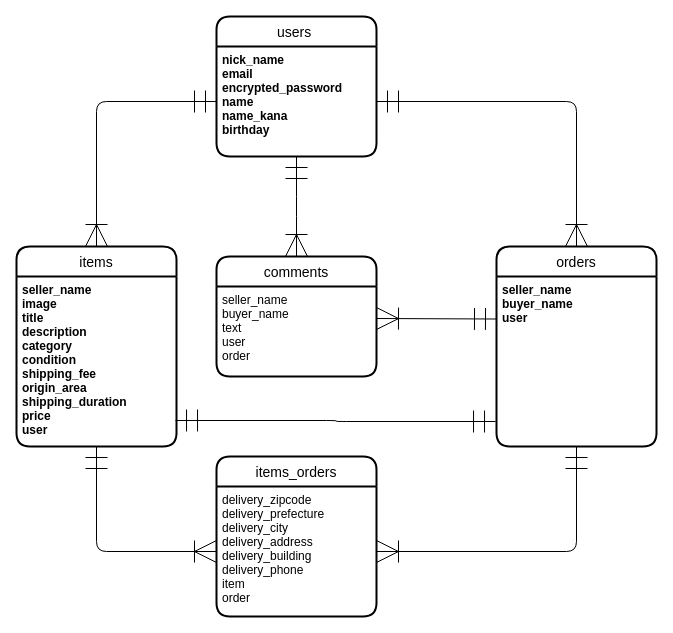
This is ER図.dio from masanaga225150/furima-.39448, a draw.io file, before an edit. Source tidied: cells renumbered, new cells numbered last; positions are measured from the earlier drawing's top-left corner, leaving out a move shared by most shapes. Both pictures are drawn from the tidied source at 100%, with x=0, y=0 at pixel (16, 16).
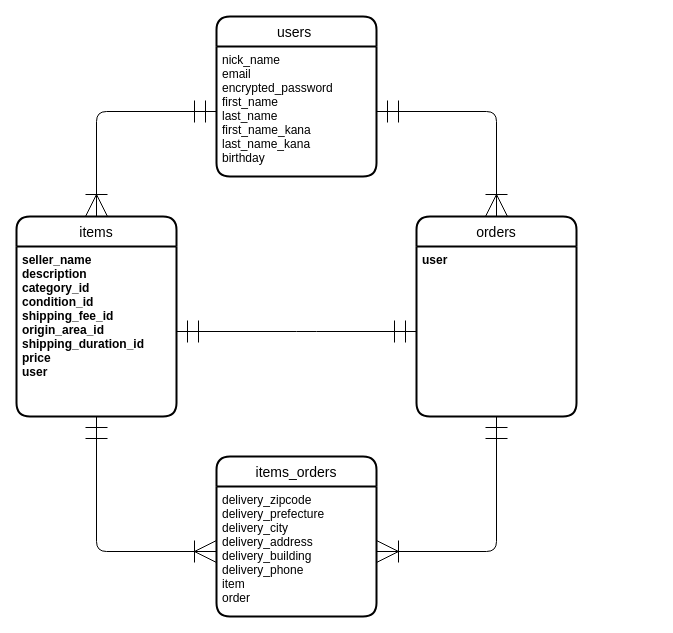
After the change.

The edit, as a diff of the source:
```diff
@@
     <mxCell id="2" value="users " style="swimlane;horizontal=1;startSize=30;rounded=1;fontSize=14;fontStyle=0;strokeWidth=2;shadow=0;dashed=0;align=center;" parent="1" vertex="1">
-      <mxGeometry x="200" width="160" height="140" as="geometry" />
+      <mxGeometry x="200" width="160" height="160" as="geometry" />
     </mxCell>
-    <mxCell id="3" value="nick_name&#10;email&#10;encrypted_password&#10;name&#10;name_kana&#10;birthday" style="align=left;strokeColor=none;fillColor=none;spacingLeft=4;fontSize=12;verticalAlign=top;fontStyle=1;" parent="2" vertex="1">
-      <mxGeometry y="30" width="160" height="110" as="geometry" />
+    <mxCell id="3" value="nick_name&#10;email&#10;encrypted_password&#10;first_name&#10;last_name&#10;first_name_kana&#10;last_name_kana&#10;birthday" style="align=left;strokeColor=none;fillColor=none;spacingLeft=4;fontSize=12;verticalAlign=top;fontStyle=0;" parent="2" vertex="1">
+      <mxGeometry y="30" width="160" height="130" as="geometry" />
     </mxCell>
     <mxCell id="4" value="items" style="swimlane;horizontal=1;startSize=30;rounded=1;fontSize=14;fontStyle=0;strokeWidth=2;shadow=0;dashed=0;align=center;" parent="1" vertex="1">
-      <mxGeometry y="230" width="160" height="200" as="geometry" />
+      <mxGeometry y="200" width="160" height="200" as="geometry" />
     </mxCell>
-    <mxCell id="5" value="seller_name&#10;image&#10;title&#10;description&#10;category&#10;condition&#10;shipping_fee&#10;origin_area&#10;shipping_duration&#10;price&#10;user" style="align=left;strokeColor=none;fillColor=none;spacingLeft=4;fontSize=12;verticalAlign=top;fontStyle=1;" parent="4" vertex="1">
+    <mxCell id="5" value="seller_name&#10;description&#10;category_id&#10;condition_id&#10;shipping_fee_id&#10;origin_area_id&#10;shipping_duration_id&#10;price&#10;user" style="align=left;strokeColor=none;fillColor=none;spacingLeft=4;fontSize=12;verticalAlign=top;fontStyle=1;" parent="4" vertex="1">
       <mxGeometry y="30" width="160" height="170" as="geometry" />
     </mxCell>
     <mxCell id="6" value="orders" style="swimlane;horizontal=1;startSize=30;rounded=1;fontSize=14;fontStyle=0;strokeWidth=2;shadow=0;dashed=0;align=center;" parent="1" vertex="1">
-      <mxGeometry x="480" y="230" width="160" height="200" as="geometry" />
+      <mxGeometry x="400" y="200" width="160" height="200" as="geometry" />
     </mxCell>
-    <mxCell id="7" value="seller_name&#10;buyer_name&#10;user&#10;" style="align=left;strokeColor=none;fillColor=none;spacingLeft=4;fontSize=12;verticalAlign=top;fontStyle=1;" parent="6" vertex="1">
+    <mxCell id="7" value="user&#10;" style="align=left;strokeColor=none;fillColor=none;spacingLeft=4;fontSize=12;verticalAlign=top;fontStyle=1;" parent="6" vertex="1">
       <mxGeometry y="30" width="160" height="170" as="geometry" />
     </mxCell>
@@
-    <mxCell id="14" value="comments" style="swimlane;horizontal=1;startSize=30;rounded=1;fontSize=14;fontStyle=0;strokeWidth=2;shadow=0;dashed=0;align=center;" parent="1" vertex="1">
-      <mxGeometry x="200" y="240" width="160" height="120" as="geometry" />
-    </mxCell>
-    <mxCell id="15" value="seller_name&#10;buyer_name&#10;text&#10;user&#10;order&#10;" style="align=left;strokeColor=none;fillColor=none;spacingLeft=4;fontSize=12;verticalAlign=top;" parent="14" vertex="1">
-      <mxGeometry y="30" width="160" height="90" as="geometry" />
-    </mxCell>
-    <mxCell id="16" style="edgeStyle=orthogonalEdgeStyle;fontSize=12;html=1;endArrow=ERoneToMany;startArrow=ERmandOne;startSize=20;endSize=20;exitX=0.5;exitY=1;exitDx=0;exitDy=0;endFill=0;" parent="1" edge="1" source="3">
-      <mxGeometry relative="1" as="geometry">
-        <mxPoint x="280" y="240" as="targetPoint" />
-      </mxGeometry>
-    </mxCell>
-    <mxCell id="17" style="edgeStyle=orthogonalEdgeStyle;fontSize=12;html=1;endArrow=ERmandOne;startArrow=ERoneToMany;entryX=0;entryY=0.25;entryDx=0;entryDy=0;startSize=20;endSize=20;startFill=0;endFill=0;" parent="1" edge="1" target="7">
-      <mxGeometry relative="1" as="geometry">
-        <mxPoint x="360" y="302" as="sourcePoint" />
-      </mxGeometry>
-    </mxCell>
-    <mxCell id="18" style="edgeStyle=orthogonalEdgeStyle;fontSize=12;html=1;endArrow=ERmandOne;startArrow=ERmandOne;entryX=-0.006;entryY=0.853;entryDx=0;entryDy=0;startSize=20;endSize=20;entryPerimeter=0;exitX=0.994;exitY=0.847;exitDx=0;exitDy=0;exitPerimeter=0;startFill=0;endFill=0;" parent="1" edge="1" source="5" target="7">
-      <mxGeometry relative="1" as="geometry" />
+    <mxCell id="18" style="edgeStyle=orthogonalEdgeStyle;fontSize=12;html=1;endArrow=ERmandOne;startArrow=ERmandOne;entryX=0;entryY=0.5;entryDx=0;entryDy=0;startSize=20;endSize=20;exitX=1;exitY=0.5;exitDx=0;exitDy=0;startFill=0;endFill=0;" parent="1" edge="1" source="5" target="7">
+      <mxGeometry relative="1" as="geometry">
+        <Array as="points">
+          <mxPoint x="290" y="315" />
+          <mxPoint x="290" y="315" />
+        </Array>
+      </mxGeometry>
     </mxCell>
```
